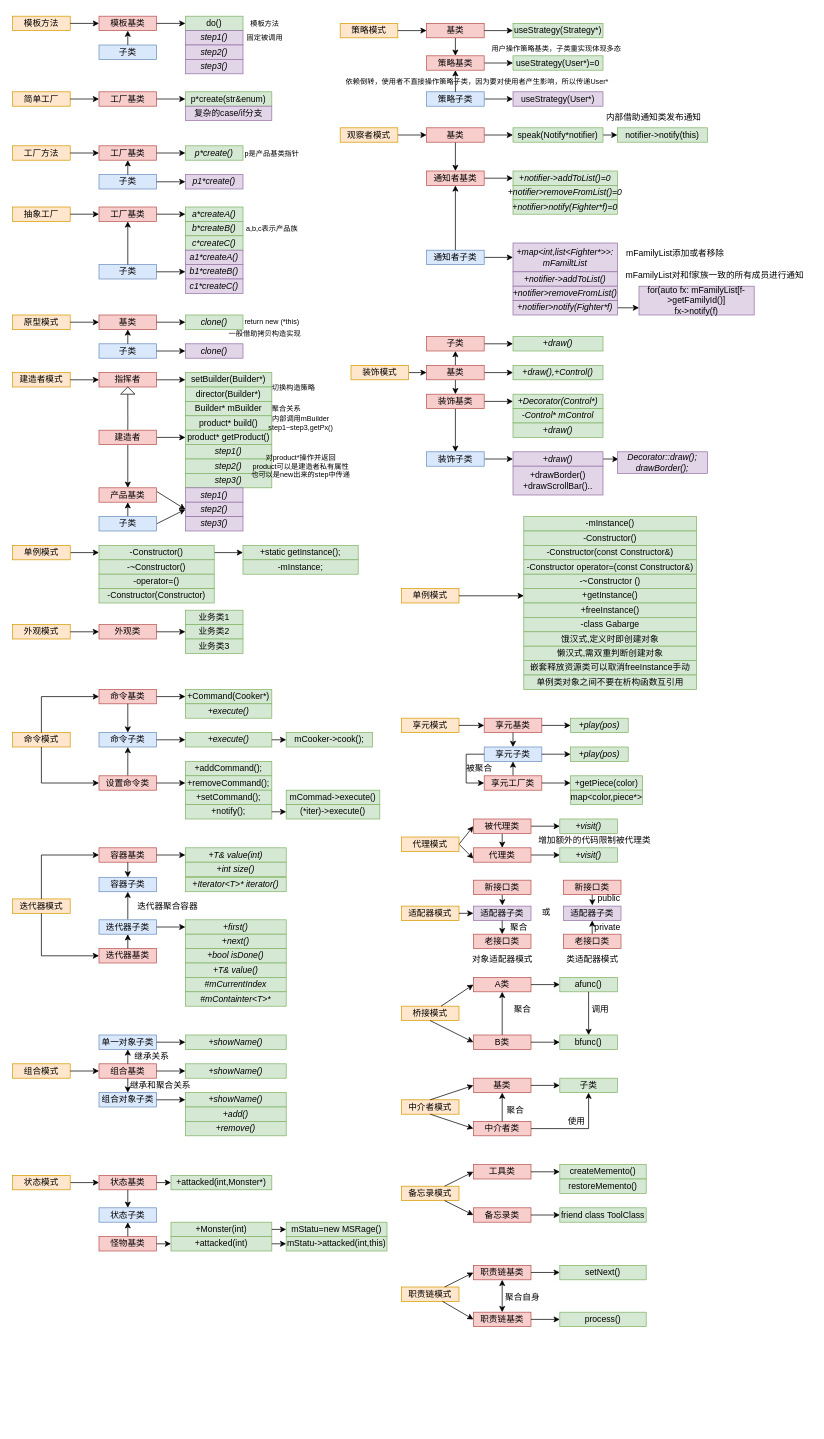
Above: designMode.drawio in chenbei97/C--DesignMode (draw.io), before the change. Source tidied: cells renumbered, new cells numbered last; positions are measured from the earlier drawing's top-left corner, leaving out a move shared by most shapes. Both pictures are drawn from the tidied source at 72%, with x=0, y=0 at pixel (12, 12).
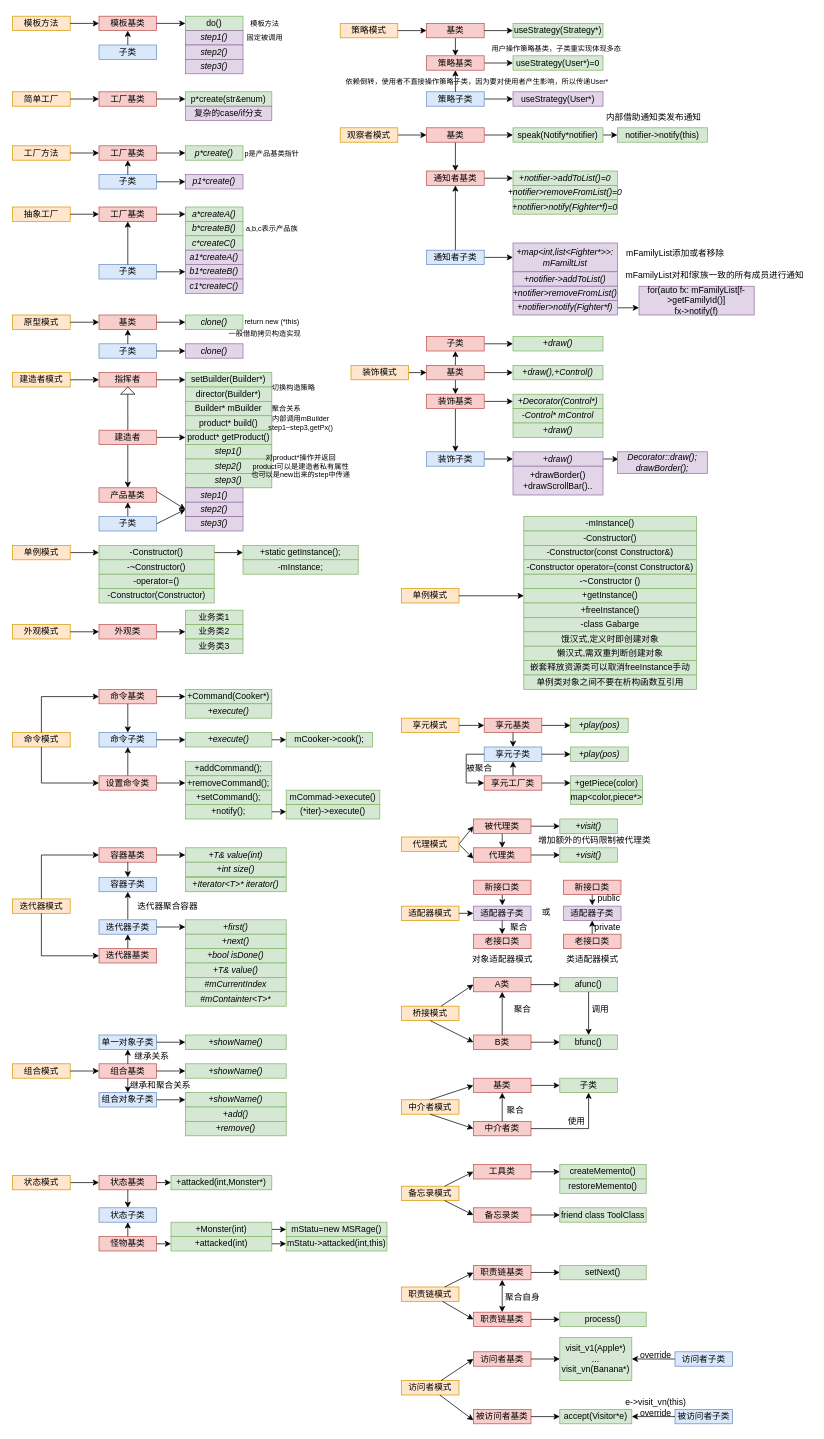
The same diagram, later.

Commit message (it also covers changes not shown here):
访问者模式

Diff of the diagram source:
```diff
@@
+    <mxCell id="363" style="group;" parent="1" vertex="1">
+      <mxGeometry x="540" y="1840" width="460" height="120" as="geometry" />
+    </mxCell>
+    <mxCell id="364" value="访问者模式" style="whiteSpace=wrap;html=1;fillColor=#ffe6cc;strokeColor=#d79b00;" parent="363" vertex="1">
+      <mxGeometry y="60" width="80" height="20" as="geometry" />
+    </mxCell>
+    <mxCell id="365" value="被访问者基类" style="whiteSpace=wrap;html=1;fillColor=#f8cecc;strokeColor=#b85450;" parent="363" vertex="1">
+      <mxGeometry x="100" y="100" width="80" height="20" as="geometry" />
+    </mxCell>
+    <mxCell id="366" style="edgeStyle=none;html=1;entryX=0;entryY=0.75;entryDx=0;entryDy=0;startArrow=none;startFill=0;endArrow=classic;endFill=1;" parent="363" edge="1" source="364" target="365">
+      <mxGeometry relative="1" as="geometry" />
+    </mxCell>
+    <mxCell id="367" value="访问者基类" style="whiteSpace=wrap;html=1;fillColor=#f8cecc;strokeColor=#b85450;" parent="363" vertex="1">
+      <mxGeometry x="100" y="20" width="80" height="20" as="geometry" />
+    </mxCell>
+    <mxCell id="368" style="edgeStyle=none;html=1;entryX=0;entryY=0.5;entryDx=0;entryDy=0;startArrow=none;startFill=0;endArrow=classic;endFill=1;" parent="363" edge="1" source="364" target="367">
+      <mxGeometry relative="1" as="geometry" />
+    </mxCell>
+    <mxCell id="369" value="visit_v1(Apple*)&lt;br&gt;...&lt;br&gt;visit_vn(Banana*)" style="whiteSpace=wrap;html=1;fillColor=#d5e8d4;strokeColor=#82b366;" parent="363" vertex="1">
+      <mxGeometry x="220" width="100" height="60" as="geometry" />
+    </mxCell>
+    <mxCell id="370" style="edgeStyle=none;html=1;startArrow=none;startFill=0;endArrow=classic;endFill=1;" parent="363" edge="1" source="367" target="369">
+      <mxGeometry relative="1" as="geometry" />
+    </mxCell>
+    <mxCell id="371" style="edgeStyle=none;html=1;startArrow=none;startFill=0;endArrow=classic;endFill=1;" parent="363" edge="1" source="372" target="369">
+      <mxGeometry relative="1" as="geometry" />
+    </mxCell>
+    <mxCell id="372" value="访问者子类" style="whiteSpace=wrap;html=1;fillColor=#dae8fc;strokeColor=#6c8ebf;" parent="363" vertex="1">
+      <mxGeometry x="380" y="20" width="80" height="20" as="geometry" />
+    </mxCell>
+    <mxCell id="373" value="被访问者子类" style="whiteSpace=wrap;html=1;fillColor=#dae8fc;strokeColor=#6c8ebf;" parent="363" vertex="1">
+      <mxGeometry x="380" y="100" width="80" height="20" as="geometry" />
+    </mxCell>
+    <mxCell id="374" value="override" style="text;html=1;align=center;verticalAlign=middle;strokeColor=none;fillColor=none;" parent="363" vertex="1">
+      <mxGeometry x="320" y="10" width="65" height="30" as="geometry" />
+    </mxCell>
+    <mxCell id="375" value="accept(Visitor*e)" style="whiteSpace=wrap;html=1;fillColor=#d5e8d4;strokeColor=#82b366;" parent="363" vertex="1">
+      <mxGeometry x="220" y="100" width="100" height="20" as="geometry" />
+    </mxCell>
+    <mxCell id="376" style="edgeStyle=none;html=1;exitX=1;exitY=0.5;exitDx=0;exitDy=0;entryX=0;entryY=0.5;entryDx=0;entryDy=0;startArrow=none;startFill=0;endArrow=classic;endFill=1;" parent="363" edge="1" source="365" target="375">
+      <mxGeometry relative="1" as="geometry" />
+    </mxCell>
+    <mxCell id="377" style="edgeStyle=none;html=1;entryX=1;entryY=0.5;entryDx=0;entryDy=0;startArrow=none;startFill=0;endArrow=classic;endFill=1;" parent="363" edge="1" source="373" target="375">
+      <mxGeometry relative="1" as="geometry" />
+    </mxCell>
+    <mxCell id="378" value="override" style="text;html=1;align=center;verticalAlign=middle;strokeColor=none;fillColor=none;" parent="363" vertex="1">
+      <mxGeometry x="320" y="90" width="65" height="30" as="geometry" />
+    </mxCell>
+    <mxCell id="379" value="e-&amp;gt;visit_vn(this)" style="text;html=1;align=center;verticalAlign=middle;strokeColor=none;fillColor=none;" parent="363" vertex="1">
+      <mxGeometry x="300" y="75" width="105" height="30" as="geometry" />
+    </mxCell>
```
